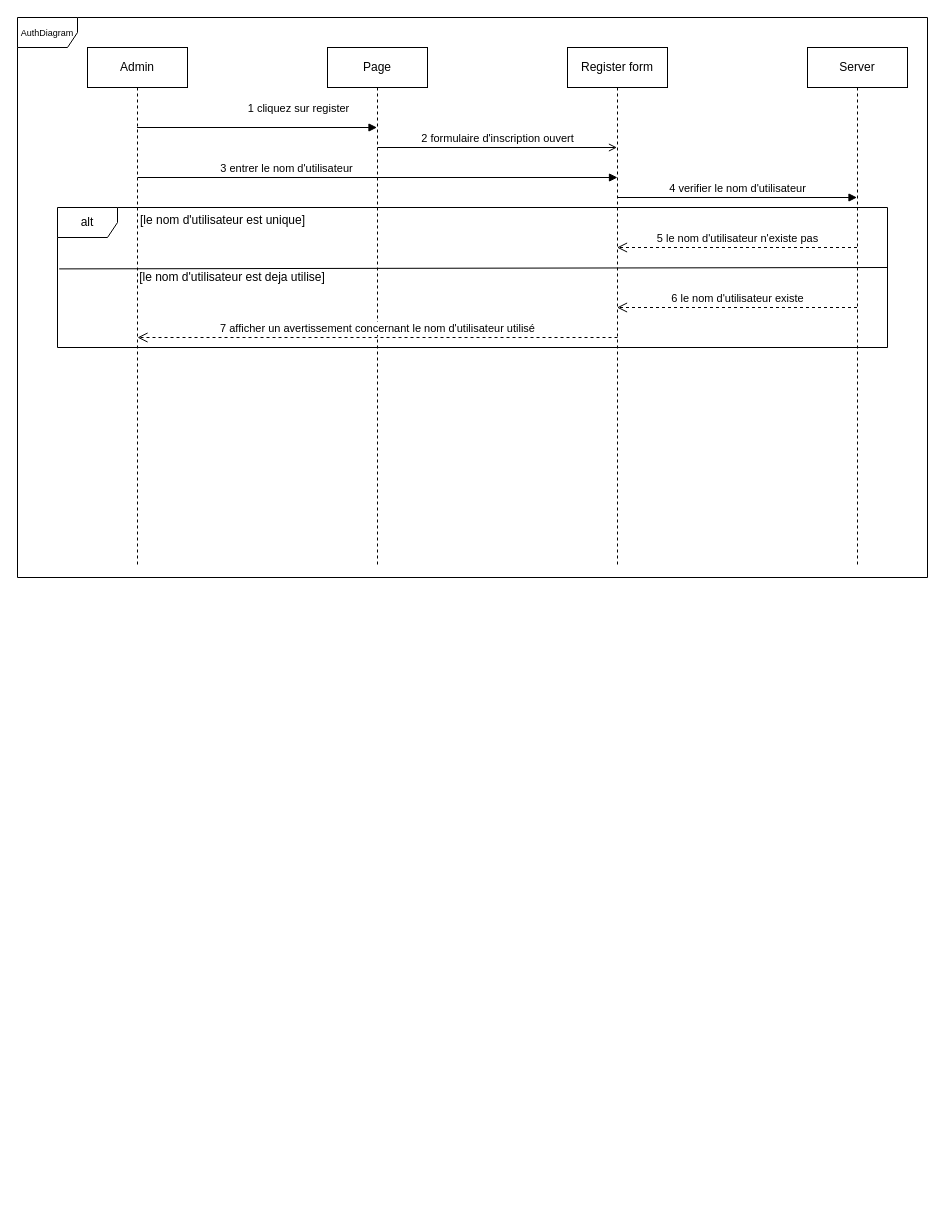
Above: DiagramSequenceAuthCnrst.drawio in hindCode/cnrst (draw.io), before the change. Source tidied: cells renumbered, new cells numbered last; positions are measured from the earlier drawing's top-left corner, leaving out a move shared by most shapes. Both pictures are drawn from the tidied source at 100%, with x=0, y=0 at pixel (17, 17).
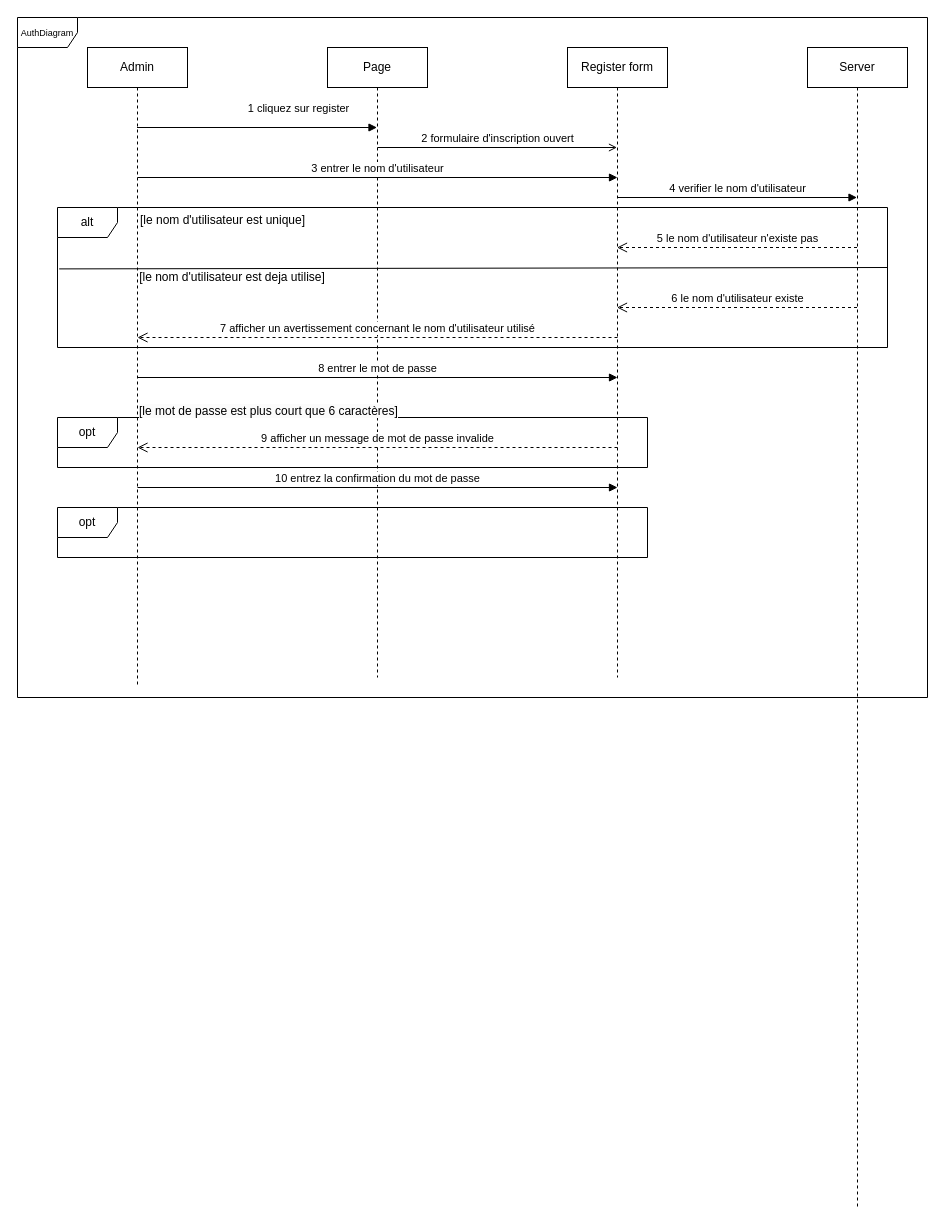
Above is the later version.

The edit, as a diff of the source:
```diff
@@
     <mxCell id="2" value="Admin" style="shape=umlLifeline;perimeter=lifelinePerimeter;whiteSpace=wrap;html=1;newEdgeStyle={&quot;edgeStyle&quot;:&quot;elbowEdgeStyle&quot;,&quot;elbow&quot;:&quot;vertical&quot;,&quot;curved&quot;:0,&quot;rounded&quot;:0};" parent="1" vertex="1">
-      <mxGeometry x="70" y="30" width="100" height="520" as="geometry" />
+      <mxGeometry x="70" y="30" width="100" height="640" as="geometry" />
     </mxCell>
     <mxCell id="3" value="Page" style="shape=umlLifeline;perimeter=lifelinePerimeter;whiteSpace=wrap;html=1;newEdgeStyle={&quot;edgeStyle&quot;:&quot;elbowEdgeStyle&quot;,&quot;elbow&quot;:&quot;vertical&quot;,&quot;curved&quot;:0,&quot;rounded&quot;:0};" parent="1" vertex="1">
-      <mxGeometry x="310" y="30" width="100" height="520" as="geometry" />
+      <mxGeometry x="310" y="30" width="100" height="630" as="geometry" />
     </mxCell>
     <mxCell id="4" value="Register form" style="shape=umlLifeline;perimeter=lifelinePerimeter;whiteSpace=wrap;html=1;outlineConnect=0;portConstraint=eastwest;newEdgeStyle={&quot;edgeStyle&quot;:&quot;elbowEdgeStyle&quot;,&quot;elbow&quot;:&quot;vertical&quot;,&quot;curved&quot;:0,&quot;rounded&quot;:0};" parent="1" vertex="1">
-      <mxGeometry x="550" y="30" width="100" height="520" as="geometry" />
+      <mxGeometry x="550" y="30" width="100" height="630" as="geometry" />
     </mxCell>
     <mxCell id="5" value="&lt;font style=&quot;font-size: 9px;&quot;&gt;AuthDiagram&lt;/font&gt;" style="shape=umlFrame;whiteSpace=wrap;html=1;" parent="1" vertex="1">
-      <mxGeometry width="910" height="560" as="geometry" />
+      <mxGeometry width="910" height="680" as="geometry" />
     </mxCell>
@@
     <mxCell id="7" value="Server" style="shape=umlLifeline;perimeter=lifelinePerimeter;whiteSpace=wrap;html=1;outlineConnect=0;portConstraint=eastwest;newEdgeStyle={&quot;edgeStyle&quot;:&quot;elbowEdgeStyle&quot;,&quot;elbow&quot;:&quot;vertical&quot;,&quot;curved&quot;:0,&quot;rounded&quot;:0};" parent="1" vertex="1">
-      <mxGeometry x="790" y="30" width="100" height="520" as="geometry" />
+      <mxGeometry x="790" y="30" width="100" height="1160" as="geometry" />
     </mxCell>
@@
     <mxCell id="9" value="3 entrer le nom d'utilisateur" style="html=1;verticalAlign=bottom;endArrow=block;curved=0;rounded=0;" parent="1" edge="1">
-      <mxGeometry x="-0.38" relative="1" as="geometry">
+      <mxGeometry relative="1" as="geometry">
         <mxPoint x="120" y="160" as="sourcePoint" />
         <mxPoint x="600" y="160" as="targetPoint" />
       </mxGeometry>
     </mxCell>
@@
-    <mxCell id="16" value="6&amp;nbsp;le nom d'utilisateur existe" style="html=1;verticalAlign=bottom;endArrow=open;dashed=1;endSize=8;curved=0;rounded=0;" parent="1" edge="1" source="7" target="4">
-      <mxGeometry relative="1" as="geometry" />
+    <mxCell id="16" value="6&amp;nbsp;le nom d'utilisateur existe" style="html=1;verticalAlign=bottom;endArrow=open;dashed=1;endSize=8;curved=0;rounded=0;" parent="1" edge="1">
+      <mxGeometry relative="1" as="geometry">
+        <mxPoint x="839.5" y="290" as="sourcePoint" />
+        <mxPoint x="599.5" y="290" as="targetPoint" />
+      </mxGeometry>
     </mxCell>
@@
+    <mxCell id="18" value="8 entrer le mot de passe" style="html=1;verticalAlign=bottom;endArrow=block;curved=0;rounded=0;" parent="1" edge="1">
+      <mxGeometry relative="1" as="geometry">
+        <mxPoint x="120" y="360" as="sourcePoint" />
+        <mxPoint x="600" y="360" as="targetPoint" />
+      </mxGeometry>
+    </mxCell>
+    <mxCell id="19" value="opt" style="shape=umlFrame;whiteSpace=wrap;html=1;" parent="1" vertex="1">
+      <mxGeometry x="40" y="400" width="590" height="50" as="geometry" />
+    </mxCell>
+    <mxCell id="20" value="&lt;span style=&quot;color: rgb(0, 0, 0); font-family: Helvetica; font-size: 12px; font-style: normal; font-variant-ligatures: normal; font-variant-caps: normal; font-weight: 400; letter-spacing: normal; orphans: 2; text-align: center; text-indent: 0px; text-transform: none; widows: 2; word-spacing: 0px; -webkit-text-stroke-width: 0px; white-space: nowrap; background-color: rgb(251, 251, 251); text-decoration-thickness: initial; text-decoration-style: initial; text-decoration-color: initial; display: inline !important; float: none;&quot;&gt;[le mot de passe est plus court que 6 caractères]&lt;/span&gt;" style="text;whiteSpace=wrap;html=1;" parent="1" vertex="1">
+      <mxGeometry x="120" y="380" width="260" height="10" as="geometry" />
+    </mxCell>
+    <mxCell id="21" value="9 afficher un message de mot de passe invalide" style="html=1;verticalAlign=bottom;endArrow=open;dashed=1;endSize=8;curved=0;rounded=0;" parent="1" edge="1">
+      <mxGeometry relative="1" as="geometry">
+        <mxPoint x="600" y="430" as="sourcePoint" />
+        <mxPoint x="120" y="430" as="targetPoint" />
+      </mxGeometry>
+    </mxCell>
+    <mxCell id="22" value="opt" style="shape=umlFrame;whiteSpace=wrap;html=1;" parent="1" vertex="1">
+      <mxGeometry x="40" y="490" width="590" height="50" as="geometry" />
+    </mxCell>
+    <mxCell id="23" value="10&amp;nbsp;entrez la confirmation du mot de passe" style="html=1;verticalAlign=bottom;endArrow=block;curved=0;rounded=0;" parent="1" edge="1">
+      <mxGeometry relative="1" as="geometry">
+        <mxPoint x="120" y="470" as="sourcePoint" />
+        <mxPoint x="600" y="470" as="targetPoint" />
+      </mxGeometry>
+    </mxCell>
```
